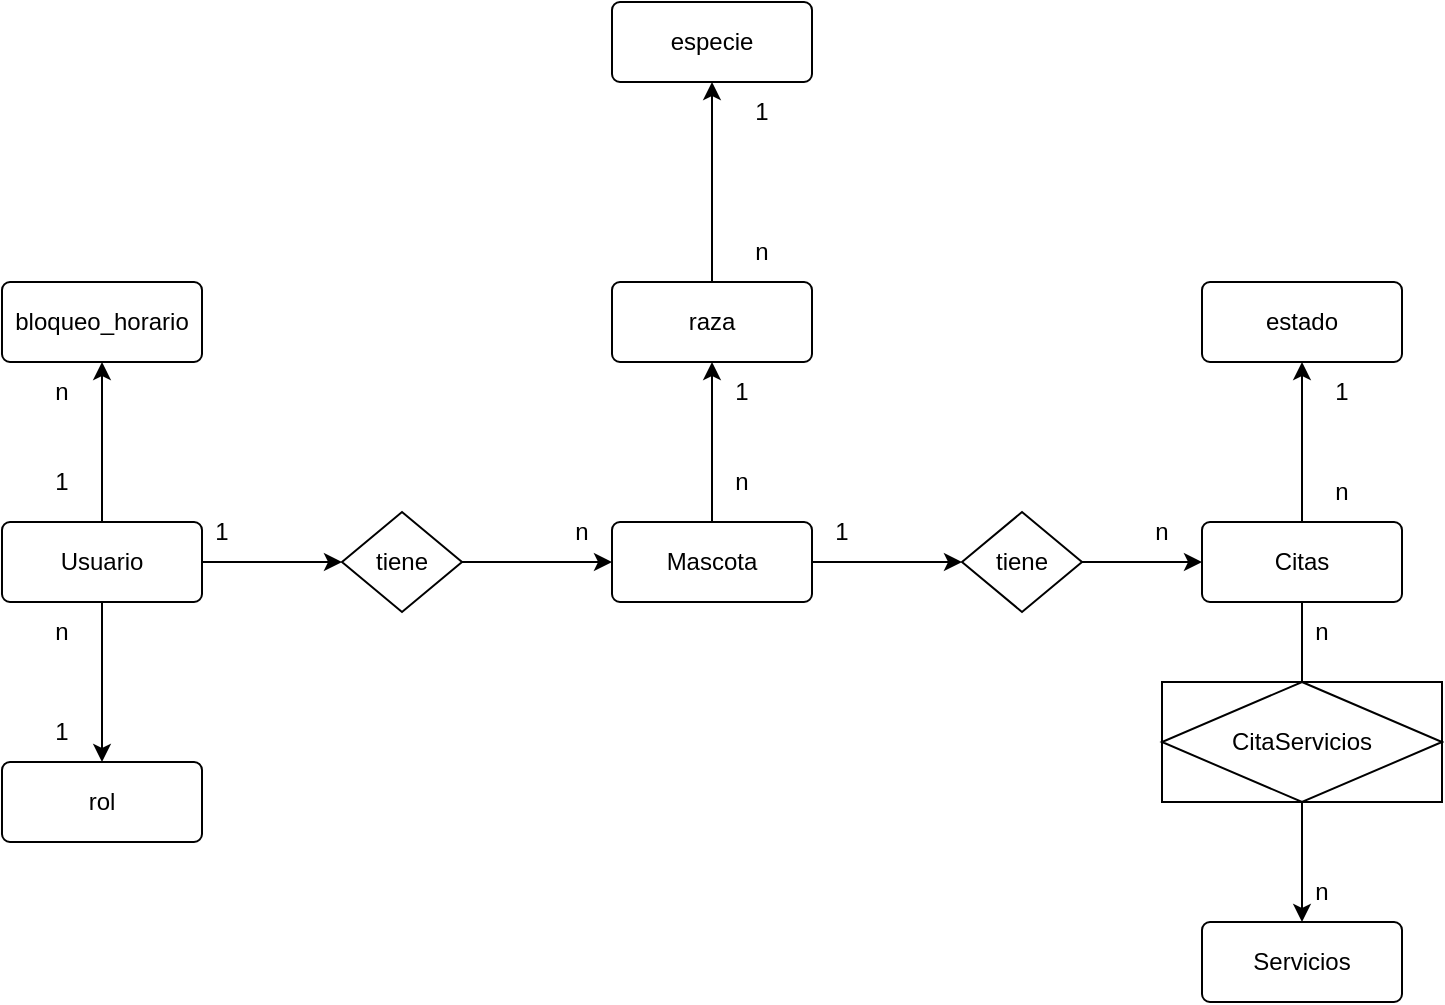
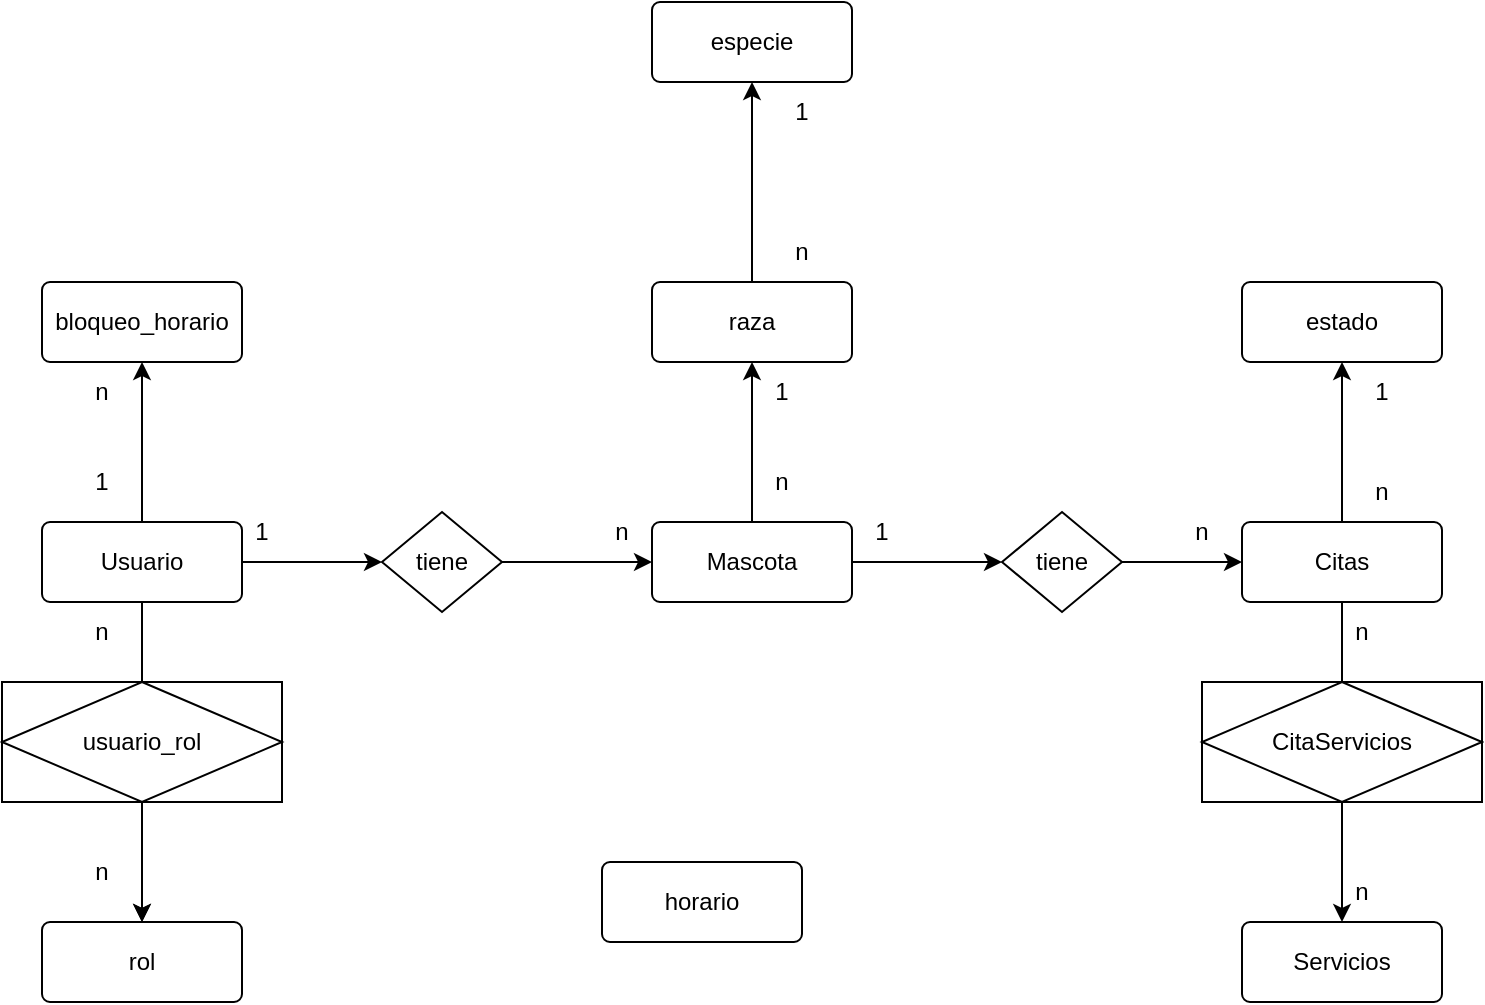
<mxfile host="65bd71144e">
    <diagram id="T-3vDhxCGE0XnjOu4ETA" name="Page-1">
-         <mxGraphModel dx="982" dy="1668" grid="1" gridSize="10" guides="1" tooltips="1" connect="1" arrows="1" fold="1" page="1" pageScale="1" pageWidth="850" pageHeight="1100" math="0" shadow="0">
+         <mxGraphModel dx="1191" dy="1615" grid="1" gridSize="10" guides="1" tooltips="1" connect="1" arrows="1" fold="1" page="1" pageScale="1" pageWidth="850" pageHeight="1100" math="0" shadow="0">
            <root>
                <mxCell id="0"/>
                <mxCell id="1" parent="0"/>
                <mxCell id="YRLj1h23fmWxmIqaTlUQ-5" edge="1" parent="1" source="YRLj1h23fmWxmIqaTlUQ-2" style="edgeStyle=none;html=1;" target="YRLj1h23fmWxmIqaTlUQ-4" value="">
                    <mxGeometry relative="1" as="geometry"/>
                </mxCell>
                <mxCell id="_KU__mLejZA0s17r8uhd-15" edge="1" parent="1" source="YRLj1h23fmWxmIqaTlUQ-2" style="edgeStyle=none;html=1;" target="_KU__mLejZA0s17r8uhd-14" value="">
                    <mxGeometry relative="1" as="geometry"/>
                </mxCell>
                <mxCell id="_KU__mLejZA0s17r8uhd-17" edge="1" parent="1" source="YRLj1h23fmWxmIqaTlUQ-2" style="edgeStyle=none;html=1;" target="_KU__mLejZA0s17r8uhd-16" value="">
                    <mxGeometry relative="1" as="geometry"/>
                </mxCell>
                <mxCell id="YRLj1h23fmWxmIqaTlUQ-2" parent="1" style="rounded=1;arcSize=10;whiteSpace=wrap;html=1;align=center;" value="Usuario" vertex="1">
                    <mxGeometry height="40" width="100" x="70" y="200" as="geometry"/>
                </mxCell>
                <mxCell id="YRLj1h23fmWxmIqaTlUQ-13" edge="1" parent="1" source="YRLj1h23fmWxmIqaTlUQ-3" style="edgeStyle=none;html=1;" target="YRLj1h23fmWxmIqaTlUQ-12" value="">
                    <mxGeometry relative="1" as="geometry"/>
                </mxCell>
                <mxCell id="_KU__mLejZA0s17r8uhd-2" edge="1" parent="1" source="YRLj1h23fmWxmIqaTlUQ-3" style="edgeStyle=none;html=1;" target="_KU__mLejZA0s17r8uhd-1" value="">
                    <mxGeometry relative="1" as="geometry"/>
                </mxCell>
                <mxCell id="YRLj1h23fmWxmIqaTlUQ-3" parent="1" style="rounded=1;arcSize=10;whiteSpace=wrap;html=1;align=center;" value="Mascota" vertex="1">
                    <mxGeometry height="40" width="100" x="375" y="200" as="geometry"/>
                </mxCell>
                <mxCell id="YRLj1h23fmWxmIqaTlUQ-8" edge="1" parent="1" source="YRLj1h23fmWxmIqaTlUQ-4" style="edgeStyle=none;html=1;" target="YRLj1h23fmWxmIqaTlUQ-3" value="">
                    <mxGeometry relative="1" as="geometry"/>
                </mxCell>
                <mxCell id="YRLj1h23fmWxmIqaTlUQ-4" parent="1" style="shape=rhombus;html=1;dashed=0;whiteSpace=wrap;perimeter=rhombusPerimeter;" value="tiene" vertex="1">
                    <mxGeometry height="50" width="60" x="240" y="195" as="geometry"/>
                </mxCell>
                <mxCell id="YRLj1h23fmWxmIqaTlUQ-9" parent="1" style="text;html=1;whiteSpace=wrap;strokeColor=none;fillColor=none;align=center;verticalAlign=middle;rounded=0;" value="n" vertex="1">
                    <mxGeometry height="30" width="60" x="330" y="190" as="geometry"/>
                </mxCell>
                <mxCell id="YRLj1h23fmWxmIqaTlUQ-10" parent="1" style="text;html=1;whiteSpace=wrap;strokeColor=none;fillColor=none;align=center;verticalAlign=middle;rounded=0;" value="1" vertex="1">
                    <mxGeometry height="30" width="60" x="150" y="190" as="geometry"/>
                </mxCell>
                <mxCell id="YRLj1h23fmWxmIqaTlUQ-18" edge="1" parent="1" source="YRLj1h23fmWxmIqaTlUQ-11" style="edgeStyle=none;html=1;" value="">
                    <mxGeometry relative="1" as="geometry">
                        <mxPoint x="720" y="290" as="targetPoint"/>
                    </mxGeometry>
                </mxCell>
                <mxCell id="_KU__mLejZA0s17r8uhd-6" edge="1" parent="1" source="YRLj1h23fmWxmIqaTlUQ-11" style="edgeStyle=none;html=1;" target="_KU__mLejZA0s17r8uhd-5" value="">
                    <mxGeometry relative="1" as="geometry"/>
                </mxCell>
                <mxCell id="YRLj1h23fmWxmIqaTlUQ-11" parent="1" style="rounded=1;arcSize=10;whiteSpace=wrap;html=1;align=center;" value="Citas" vertex="1">
                    <mxGeometry height="40" width="100" x="670" y="200" as="geometry"/>
                </mxCell>
                <mxCell id="YRLj1h23fmWxmIqaTlUQ-14" edge="1" parent="1" source="YRLj1h23fmWxmIqaTlUQ-12" style="edgeStyle=none;html=1;" target="YRLj1h23fmWxmIqaTlUQ-11" value="">
                    <mxGeometry relative="1" as="geometry"/>
                </mxCell>
                <mxCell id="YRLj1h23fmWxmIqaTlUQ-12" parent="1" style="shape=rhombus;html=1;dashed=0;whiteSpace=wrap;perimeter=rhombusPerimeter;" value="tiene" vertex="1">
                    <mxGeometry height="50" width="60" x="550" y="195" as="geometry"/>
                </mxCell>
                <mxCell id="YRLj1h23fmWxmIqaTlUQ-15" parent="1" style="rounded=1;arcSize=10;whiteSpace=wrap;html=1;align=center;" value="Servicios" vertex="1">
                    <mxGeometry height="40" width="100" x="670" y="400" as="geometry"/>
                </mxCell>
                <mxCell id="YRLj1h23fmWxmIqaTlUQ-19" edge="1" parent="1" style="edgeStyle=none;html=1;" target="YRLj1h23fmWxmIqaTlUQ-15" value="">
                    <mxGeometry relative="1" as="geometry">
                        <mxPoint x="720" y="340" as="sourcePoint"/>
                    </mxGeometry>
                </mxCell>
                <mxCell id="YRLj1h23fmWxmIqaTlUQ-20" parent="1" style="text;html=1;whiteSpace=wrap;strokeColor=none;fillColor=none;align=center;verticalAlign=middle;rounded=0;" value="n" vertex="1">
                    <mxGeometry height="30" width="60" x="620" y="190" as="geometry"/>
                </mxCell>
                <mxCell id="YRLj1h23fmWxmIqaTlUQ-21" parent="1" style="text;html=1;whiteSpace=wrap;strokeColor=none;fillColor=none;align=center;verticalAlign=middle;rounded=0;" value="1" vertex="1">
                    <mxGeometry height="30" width="60" x="460" y="190" as="geometry"/>
                </mxCell>
                <mxCell id="YRLj1h23fmWxmIqaTlUQ-23" parent="1" style="text;html=1;whiteSpace=wrap;strokeColor=none;fillColor=none;align=center;verticalAlign=middle;rounded=0;" value="n" vertex="1">
                    <mxGeometry height="30" width="60" x="700" y="370" as="geometry"/>
                </mxCell>
                <mxCell id="YRLj1h23fmWxmIqaTlUQ-24" parent="1" style="text;html=1;whiteSpace=wrap;strokeColor=none;fillColor=none;align=center;verticalAlign=middle;rounded=0;" value="n" vertex="1">
                    <mxGeometry height="30" width="60" x="700" y="240" as="geometry"/>
                </mxCell>
                <mxCell id="YRLj1h23fmWxmIqaTlUQ-25" parent="1" style="shape=associativeEntity;whiteSpace=wrap;html=1;align=center;" value="CitaServicios" vertex="1">
                    <mxGeometry height="60" width="140" x="650" y="280" as="geometry"/>
                </mxCell>
                <mxCell id="_KU__mLejZA0s17r8uhd-4" edge="1" parent="1" source="_KU__mLejZA0s17r8uhd-1" style="edgeStyle=none;html=1;" target="_KU__mLejZA0s17r8uhd-3" value="">
                    <mxGeometry relative="1" as="geometry"/>
                </mxCell>
                <mxCell id="_KU__mLejZA0s17r8uhd-1" parent="1" style="rounded=1;arcSize=10;whiteSpace=wrap;html=1;align=center;" value="raza" vertex="1">
                    <mxGeometry height="40" width="100" x="375" y="80" as="geometry"/>
                </mxCell>
                <mxCell id="_KU__mLejZA0s17r8uhd-3" parent="1" style="rounded=1;arcSize=10;whiteSpace=wrap;html=1;align=center;" value="especie" vertex="1">
                    <mxGeometry height="40" width="100" x="375" y="-60" as="geometry"/>
                </mxCell>
                <mxCell id="_KU__mLejZA0s17r8uhd-5" parent="1" style="rounded=1;arcSize=10;whiteSpace=wrap;html=1;align=center;" value="estado" vertex="1">
                    <mxGeometry height="40" width="100" x="670" y="80" as="geometry"/>
                </mxCell>
                <mxCell id="_KU__mLejZA0s17r8uhd-7" parent="1" style="text;html=1;whiteSpace=wrap;strokeColor=none;fillColor=none;align=center;verticalAlign=middle;rounded=0;" value="1" vertex="1">
                    <mxGeometry height="30" width="60" x="420" y="-20" as="geometry"/>
                </mxCell>
                <mxCell id="_KU__mLejZA0s17r8uhd-8" parent="1" style="text;html=1;whiteSpace=wrap;strokeColor=none;fillColor=none;align=center;verticalAlign=middle;rounded=0;" value="n" vertex="1">
                    <mxGeometry height="30" width="60" x="420" y="50" as="geometry"/>
                </mxCell>
                <mxCell id="_KU__mLejZA0s17r8uhd-9" parent="1" style="text;html=1;whiteSpace=wrap;strokeColor=none;fillColor=none;align=center;verticalAlign=middle;rounded=0;" value="1" vertex="1">
                    <mxGeometry height="30" width="60" x="410" y="120" as="geometry"/>
                </mxCell>
                <mxCell id="_KU__mLejZA0s17r8uhd-10" parent="1" style="text;html=1;whiteSpace=wrap;strokeColor=none;fillColor=none;align=center;verticalAlign=middle;rounded=0;" value="n" vertex="1">
                    <mxGeometry height="30" width="60" x="410" y="165" as="geometry"/>
                </mxCell>
                <mxCell id="_KU__mLejZA0s17r8uhd-11" parent="1" style="text;html=1;whiteSpace=wrap;strokeColor=none;fillColor=none;align=center;verticalAlign=middle;rounded=0;" value="1" vertex="1">
                    <mxGeometry height="30" width="60" x="710" y="120" as="geometry"/>
                </mxCell>
                <mxCell id="_KU__mLejZA0s17r8uhd-13" parent="1" style="text;html=1;whiteSpace=wrap;strokeColor=none;fillColor=none;align=center;verticalAlign=middle;rounded=0;" value="n" vertex="1">
                    <mxGeometry height="30" width="60" x="710" y="170" as="geometry"/>
                </mxCell>
                <mxCell id="_KU__mLejZA0s17r8uhd-14" parent="1" style="rounded=1;arcSize=10;whiteSpace=wrap;html=1;align=center;" value="bloqueo_horario" vertex="1">
                    <mxGeometry height="40" width="100" x="70" y="80" as="geometry"/>
                </mxCell>
                <mxCell id="_KU__mLejZA0s17r8uhd-16" parent="1" style="rounded=1;arcSize=10;whiteSpace=wrap;html=1;align=center;" value="rol" vertex="1">
-                     <mxGeometry height="40" width="100" x="70" y="320" as="geometry"/>
-                 </mxCell>
-                 <mxCell id="_KU__mLejZA0s17r8uhd-18" parent="1" style="text;html=1;whiteSpace=wrap;strokeColor=none;fillColor=none;align=center;verticalAlign=middle;rounded=0;" value="1" vertex="1">
-                     <mxGeometry height="30" width="60" x="70" y="290" as="geometry"/>
+                     <mxGeometry height="40" width="100" x="70" y="400" as="geometry"/>
                </mxCell>
                <mxCell id="_KU__mLejZA0s17r8uhd-19" parent="1" style="text;html=1;whiteSpace=wrap;strokeColor=none;fillColor=none;align=center;verticalAlign=middle;rounded=0;" value="n" vertex="1">
                    <mxGeometry height="30" width="60" x="70" y="240" as="geometry"/>
                </mxCell>
                <mxCell id="_KU__mLejZA0s17r8uhd-20" parent="1" style="text;html=1;whiteSpace=wrap;strokeColor=none;fillColor=none;align=center;verticalAlign=middle;rounded=0;" value="n" vertex="1">
                    <mxGeometry height="30" width="60" x="70" y="120" as="geometry"/>
                </mxCell>
                <mxCell id="_KU__mLejZA0s17r8uhd-21" parent="1" style="text;html=1;whiteSpace=wrap;strokeColor=none;fillColor=none;align=center;verticalAlign=middle;rounded=0;" value="1" vertex="1">
                    <mxGeometry height="30" width="60" x="70" y="165" as="geometry"/>
                </mxCell>
+                 <mxCell id="kv5CNYPtODZdFcZxVvJF-4" edge="1" parent="1" source="kv5CNYPtODZdFcZxVvJF-3" style="edgeStyle=none;html=1;" target="_KU__mLejZA0s17r8uhd-16" value="">
+                     <mxGeometry relative="1" as="geometry"/>
+                 </mxCell>
+                 <mxCell id="kv5CNYPtODZdFcZxVvJF-3" parent="1" style="shape=associativeEntity;whiteSpace=wrap;html=1;align=center;" value="usuario_rol" vertex="1">
+                     <mxGeometry height="60" width="140" x="50" y="280" as="geometry"/>
+                 </mxCell>
+                 <mxCell id="kv5CNYPtODZdFcZxVvJF-5" parent="1" style="text;html=1;whiteSpace=wrap;strokeColor=none;fillColor=none;align=center;verticalAlign=middle;rounded=0;" value="n" vertex="1">
+                     <mxGeometry height="30" width="60" x="70" y="360" as="geometry"/>
+                 </mxCell>
+                 <mxCell id="kv5CNYPtODZdFcZxVvJF-6" parent="1" style="rounded=1;arcSize=10;whiteSpace=wrap;html=1;align=center;" value="horario" vertex="1">
+                     <mxGeometry height="40" width="100" x="350" y="370" as="geometry"/>
+                 </mxCell>
            </root>
        </mxGraphModel>
    </diagram>
</mxfile>